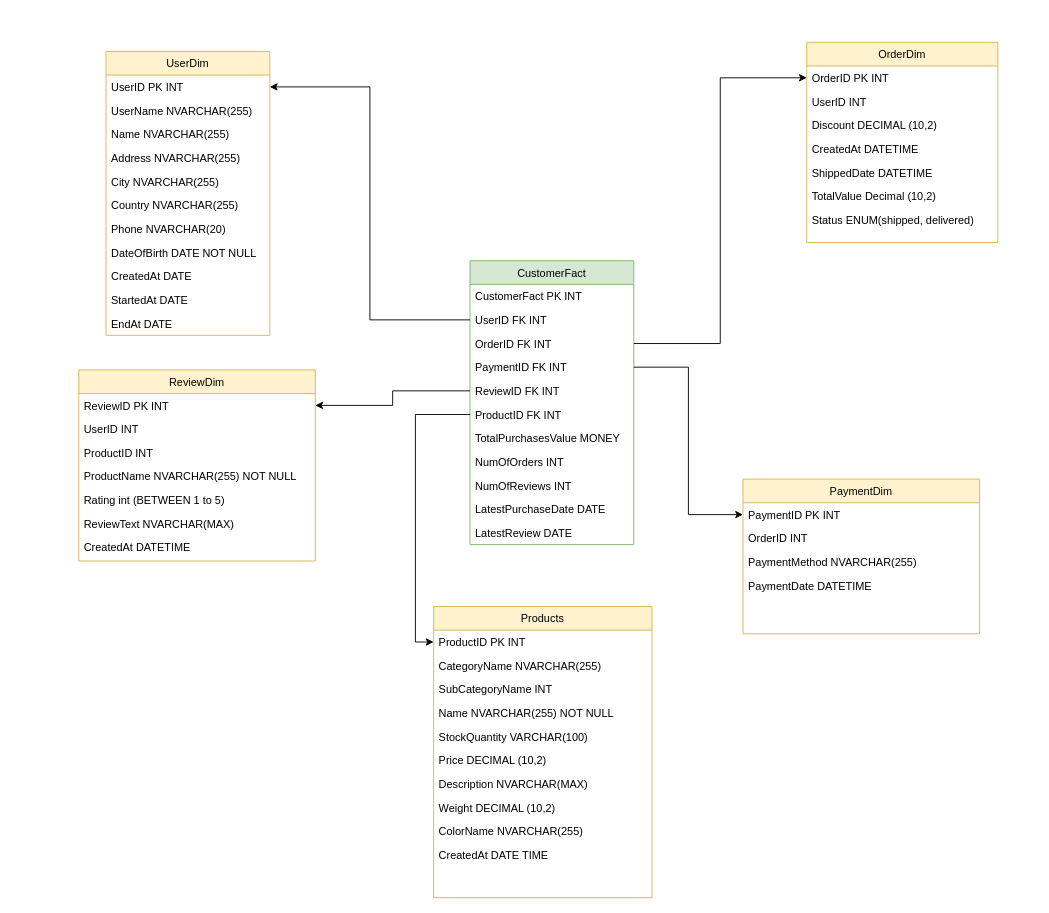
Above: Star schema.drawio in LuccaLinguine/BankDB (draw.io), before the change. Source tidied: cells renumbered, new cells numbered last; positions are measured from the earlier drawing's top-left corner, leaving out a move shared by most shapes. Both pictures are drawn from the tidied source at 91%, with x=0, y=0 at pixel (78, 42).
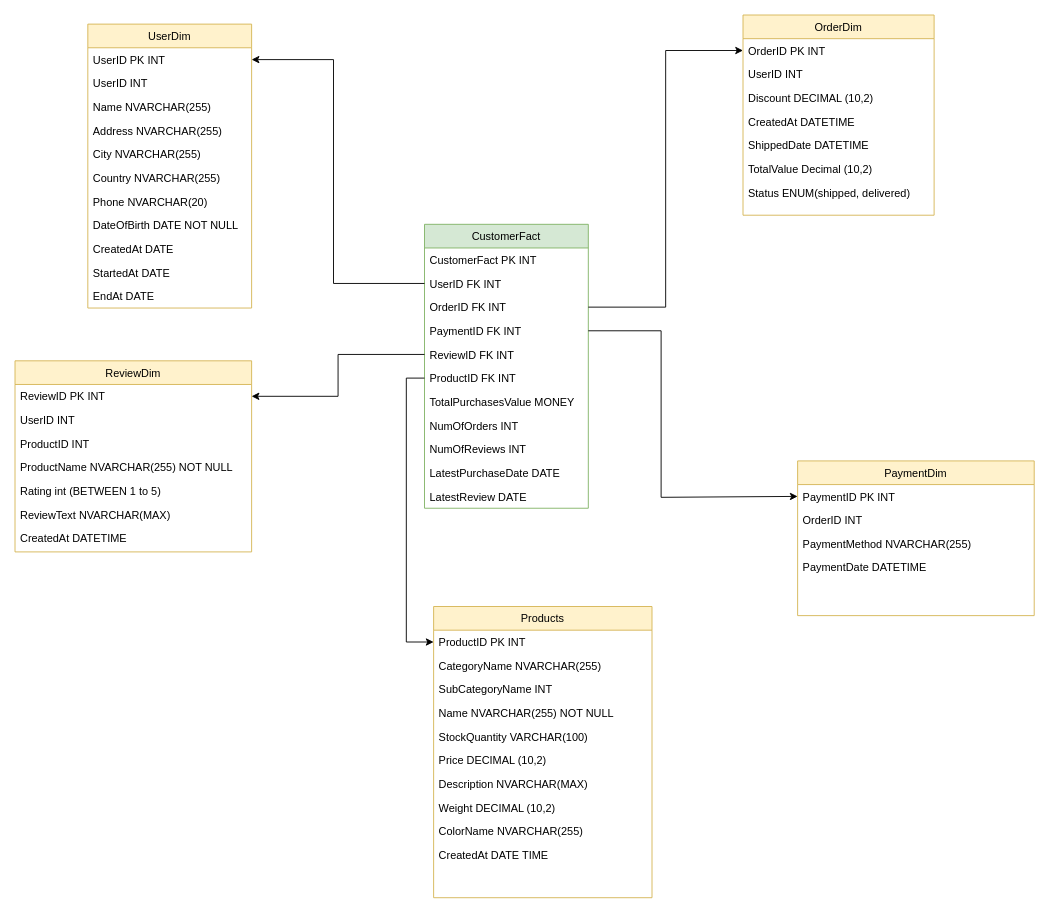
The same page after the edit.

The change refers to these unchanged cells:
```xml
<mxCell id="4" value="UserID FK INT" style="text;align=left;verticalAlign=top;spacingLeft=4;spacingRight=4;overflow=hidden;points=[[0,0.5],[1,0.5]];portConstraint=eastwest;" parent="2" vertex="1">
  <mxGeometry y="52" width="180" height="26" as="geometry" />
</mxCell>
<mxCell id="6" value="PaymentID FK INT" style="text;align=left;verticalAlign=top;spacingLeft=4;spacingRight=4;overflow=hidden;points=[[0,0.5],[1,0.5]];portConstraint=eastwest;" parent="2" vertex="1">
  <mxGeometry y="104" width="180" height="26" as="geometry" />
</mxCell>
<mxCell id="23" value="UserID PK INT" style="text;align=left;verticalAlign=top;spacingLeft=4;spacingRight=4;overflow=hidden;points=[[0,0.5],[1,0.5]];portConstraint=eastwest;" parent="22" vertex="1">
  <mxGeometry y="26" width="180" height="26" as="geometry" />
</mxCell>
<mxCell id="35" value="PaymentID PK INT" style="text;align=left;verticalAlign=top;spacingLeft=4;spacingRight=4;overflow=hidden;points=[[0,0.5],[1,0.5]];portConstraint=eastwest;" parent="34" vertex="1">
  <mxGeometry y="26" width="260" height="26" as="geometry" />
</mxCell>
```

What changed in the source:
```diff
@@
     <mxCell id="2" value="CustomerFact" style="swimlane;fontStyle=0;align=center;verticalAlign=top;horizontal=1;startSize=26;rounded=0;shadow=0;strokeWidth=1;fillColor=#d5e8d4;strokeColor=#82b366;" parent="1" vertex="1">
-      <mxGeometry x="430" y="240" width="180" height="312" as="geometry" />
+      <mxGeometry x="380" y="200" width="180" height="312" as="geometry" />
     </mxCell>
@@
     <mxCell id="14" value="OrderDim" style="swimlane;fontStyle=0;align=center;verticalAlign=top;horizontal=1;startSize=26;rounded=0;shadow=0;strokeWidth=1;fillColor=#fff2cc;strokeColor=#d6b656;" parent="1" vertex="1">
-      <mxGeometry x="800" width="210" height="220" as="geometry" />
+      <mxGeometry x="730" y="-30" width="210" height="220" as="geometry" />
     </mxCell>
@@
-    <mxCell id="16" value="UserID INT " style="text;align=left;verticalAlign=top;spacingLeft=4;spacingRight=4;overflow=hidden;rounded=0;shadow=0;html=0;" parent="14" vertex="1">
-      <mxGeometry y="52" width="210" height="26" as="geometry" />
-    </mxCell>
+    <mxCell id="63" value="UserID INT" style="text;align=left;verticalAlign=top;spacingLeft=4;spacingRight=4;overflow=hidden;" parent="14" vertex="1">
+      <mxGeometry y="52" width="210" height="26" as="geometry" />
+    </mxCell>
@@
     <mxCell id="22" value="UserDim" style="swimlane;fontStyle=0;align=center;verticalAlign=top;horizontal=1;startSize=26;rounded=0;shadow=0;strokeWidth=1;fillColor=#fff2cc;strokeColor=#d6b656;" parent="1" vertex="1">
-      <mxGeometry x="30" y="10" width="180" height="312" as="geometry" />
+      <mxGeometry x="10" y="-20" width="180" height="312" as="geometry" />
     </mxCell>
@@
-    <mxCell id="24" value="UserName NVARCHAR(255)" style="text;align=left;verticalAlign=top;spacingLeft=4;spacingRight=4;overflow=hidden;" parent="22" vertex="1">
-      <mxGeometry y="52" width="180" height="26" as="geometry" />
-    </mxCell>
+    <mxCell id="64" value="UserID INT" style="text;align=left;verticalAlign=top;spacingLeft=4;spacingRight=4;overflow=hidden;" parent="22" vertex="1">
+      <mxGeometry y="52" width="180" height="26" as="geometry" />
+    </mxCell>
@@
     <mxCell id="34" value="PaymentDim" style="swimlane;fontStyle=0;align=center;verticalAlign=top;horizontal=1;startSize=26;rounded=0;shadow=0;strokeWidth=1;fillColor=#fff2cc;strokeColor=#d6b656;" parent="1" vertex="1">
-      <mxGeometry x="730" y="480" width="260" height="170" as="geometry" />
+      <mxGeometry x="790" y="460" width="260" height="170" as="geometry" />
     </mxCell>
@@
     <mxCell id="39" value="ReviewDim" style="swimlane;fontStyle=0;align=center;verticalAlign=top;horizontal=1;startSize=26;rounded=0;shadow=0;strokeWidth=1;fillColor=#fff2cc;strokeColor=#d6b656;" parent="1" vertex="1">
-      <mxGeometry y="360" width="260" height="210" as="geometry" />
+      <mxGeometry x="-70" y="350" width="260" height="210" as="geometry" />
     </mxCell>
@@
-    <mxCell id="41" value="UserID INT" style="text;align=left;verticalAlign=top;spacingLeft=4;spacingRight=4;overflow=hidden;rounded=0;shadow=0;html=0;" parent="39" vertex="1">
-      <mxGeometry y="52" width="260" height="26" as="geometry" />
-    </mxCell>
+    <mxCell id="65" value="UserID INT" style="text;align=left;verticalAlign=top;spacingLeft=4;spacingRight=4;overflow=hidden;" parent="39" vertex="1">
+      <mxGeometry y="52" width="260" height="26" as="geometry" />
+    </mxCell>
@@
     <mxCell id="48" style="edgeStyle=orthogonalEdgeStyle;rounded=0;jettySize=auto;html=1;exitX=1;exitY=0.5;exitDx=0;exitDy=0;entryX=0;entryY=0.5;entryDx=0;entryDy=0;" parent="1" edge="1" source="6" target="35">
-      <mxGeometry relative="1" as="geometry" />
+      <mxGeometry relative="1" as="geometry">
+        <Array as="points">
+          <mxPoint x="640" y="317" />
+          <mxPoint x="640" y="500" />
+          <mxPoint x="790" y="500" />
+        </Array>
+      </mxGeometry>
     </mxCell>
@@
     <mxCell id="50" style="edgeStyle=orthogonalEdgeStyle;rounded=0;jettySize=auto;html=1;exitX=0;exitY=0.5;exitDx=0;exitDy=0;entryX=1;entryY=0.5;entryDx=0;entryDy=0;" parent="1" edge="1" source="4" target="23">
-      <mxGeometry relative="1" as="geometry" />
+      <mxGeometry relative="1" as="geometry">
+        <Array as="points">
+          <mxPoint x="280" y="265" />
+          <mxPoint x="280" y="19" />
+        </Array>
+      </mxGeometry>
     </mxCell>
```
